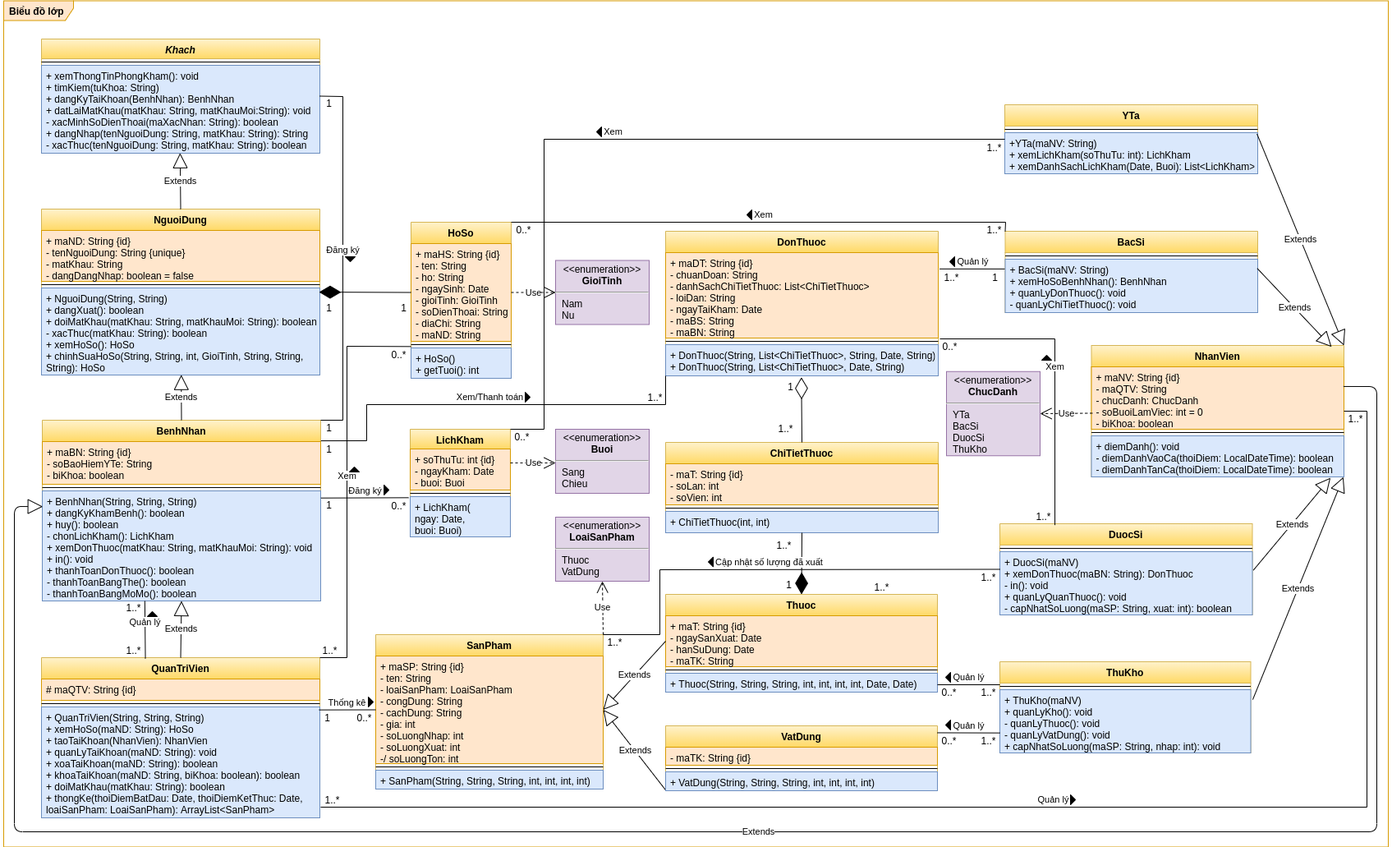
Earlier version of the draw.io export images/Class Diagram.png (luclegen/medicine16). Source tidied: cells renumbered, new cells last; positions are measured from the earlier drawing's top-left corner, leaving out a move shared by most shapes.
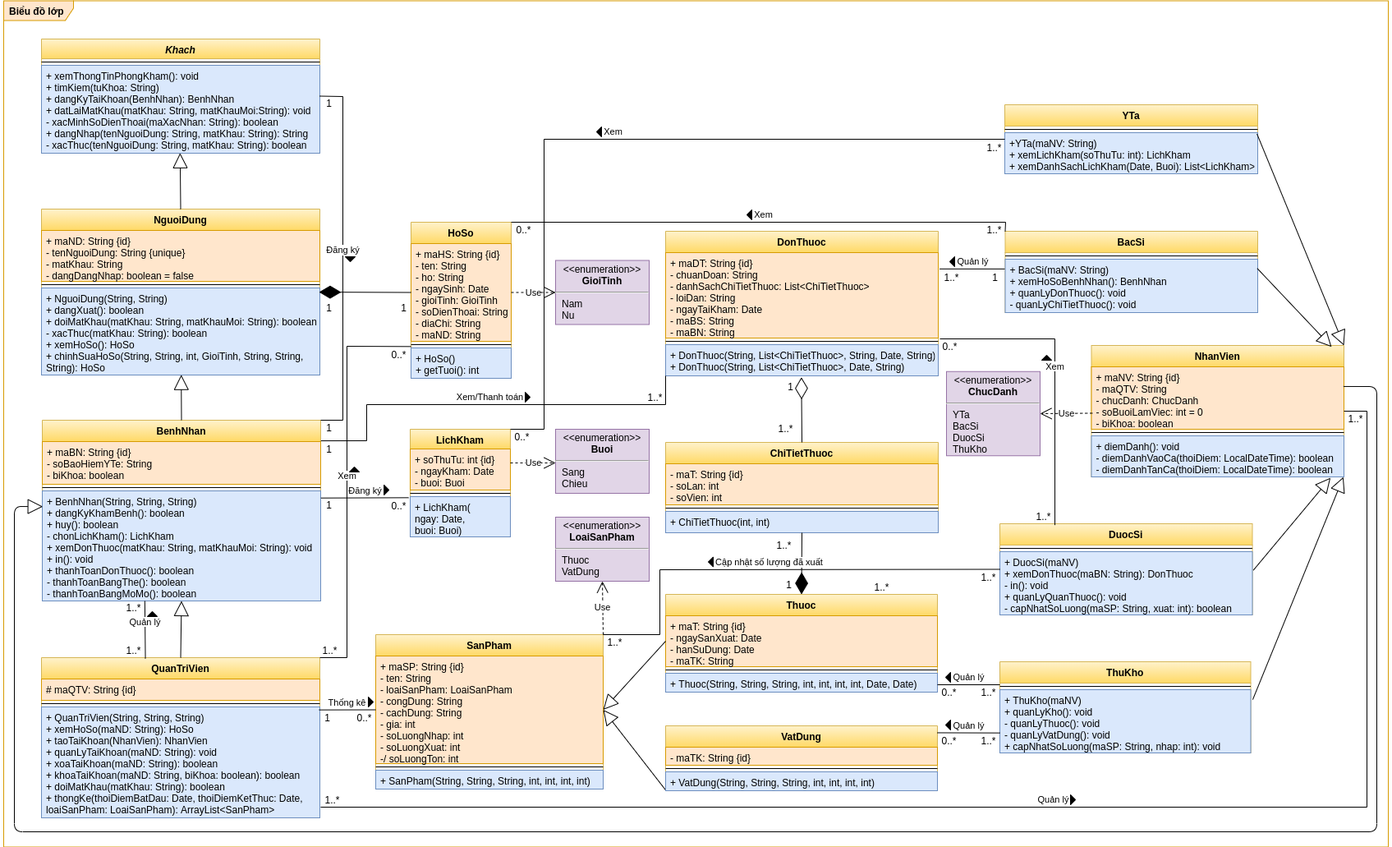
Later version of the same file.

Commit message:
Update Class Diagram

Diff of the diagram source:
```diff
@@ -53,10 +53,10 @@
     <mxCell id="18" value="&lt;p style=&quot;margin: 0px ; margin-top: 4px ; text-align: center&quot;&gt;&amp;lt;&amp;lt;enumeration&amp;gt;&amp;gt;&lt;br&gt;&lt;b&gt;GioiTinh&lt;/b&gt;&lt;/p&gt;&lt;hr&gt;&lt;p style=&quot;margin: 0px ; margin-left: 8px ; text-align: left&quot;&gt;Nam&lt;br&gt;Nu&lt;/p&gt;" style="shape=rect;html=1;overflow=fill;whiteSpace=wrap;fillColor=#e1d5e7;strokeColor=#9673a6;" parent="1" vertex="1">
       <mxGeometry x="672" y="316.5" width="114" height="78" as="geometry" />
     </mxCell>
-    <mxCell id="19" value="Extends" style="endArrow=block;endSize=16;endFill=0;html=1;exitX=0.5;exitY=0;exitDx=0;exitDy=0;entryX=0.498;entryY=0.998;entryDx=0;entryDy=0;entryPerimeter=0;" parent="1" edge="1" source="6" target="5">
+    <mxCell id="19" style="endArrow=block;endSize=16;endFill=0;html=1;exitX=0.5;exitY=0;exitDx=0;exitDy=0;entryX=0.498;entryY=0.998;entryDx=0;entryDy=0;entryPerimeter=0;" parent="1" edge="1" source="6" target="5">
       <mxGeometry relative="1" as="geometry" />
     </mxCell>
-    <mxCell id="20" value="Extends" style="endArrow=block;endSize=16;endFill=0;html=1;exitX=0.5;exitY=0;exitDx=0;exitDy=0;entryX=0.502;entryY=0.997;entryDx=0;entryDy=0;entryPerimeter=0;" parent="1" edge="1" source="14" target="9">
+    <mxCell id="20" style="endArrow=block;endSize=16;endFill=0;html=1;exitX=0.5;exitY=0;exitDx=0;exitDy=0;entryX=0.502;entryY=0.997;entryDx=0;entryDy=0;entryPerimeter=0;" parent="1" edge="1" source="14" target="9">
       <mxGeometry relative="1" as="geometry" />
     </mxCell>
     <mxCell id="21" value="LichKham" style="swimlane;fontStyle=1;align=center;verticalAlign=top;horizontal=1;startSize=24;fillColor=#fff2cc;strokeColor=#d6b656;gradientColor=#ffd966;" parent="1" vertex="1">
@@ -86,7 +86,7 @@
     <mxCell id="29" value="+ QuanTriVien(String, String, String)&#10;+ xemHoSo(maND: String): HoSo&#10;+ taoTaiKhoan(NhanVien): NhanVien&#10;+ quanLyTaiKhoan(maND: String): void&#10;+ xoaTaiKhoan(maND: String): boolean&#10;+ khoaTaiKhoan(maND: String, biKhoa: boolean): boolean&#10;+ doiMatKhau(matKhau: String): boolean&#10;+ thongKe(thoiDiemBatDau: Date, thoiDiemKetThuc: Date,&#10;loaiSanPham: LoaiSanPham): ArrayList&lt;SanPham&gt;" style="text;strokeColor=#6c8ebf;fillColor=#dae8fc;align=left;verticalAlign=top;spacingLeft=4;spacingRight=4;overflow=hidden;points=[[0,0.5],[1,0.5]];portConstraint=eastwest;fontStyle=0;" parent="26" vertex="1">
       <mxGeometry y="60" width="339" height="135" as="geometry" />
     </mxCell>
-    <mxCell id="30" value="Extends" style="endArrow=block;endSize=16;endFill=0;html=1;exitX=0.5;exitY=0;exitDx=0;exitDy=0;entryX=0.5;entryY=1;entryDx=0;entryDy=0;entryPerimeter=0;" parent="1" edge="1" source="26" target="17">
+    <mxCell id="30" style="endArrow=block;endSize=16;endFill=0;html=1;exitX=0.5;exitY=0;exitDx=0;exitDy=0;entryX=0.5;entryY=1;entryDx=0;entryDy=0;entryPerimeter=0;" parent="1" edge="1" source="26" target="17">
       <mxGeometry relative="1" as="geometry" />
     </mxCell>
     <mxCell id="31" value="YTa" style="swimlane;fontStyle=1;align=center;verticalAlign=top;horizontal=1;startSize=26;fillColor=#fff2cc;strokeColor=#d6b656;gradientColor=#ffd966;" parent="1" vertex="1">
@@ -155,10 +155,10 @@
     <mxCell id="52" value="+ diemDanh(): void&#10;- diemDanhVaoCa(thoiDiem: LocalDateTime): boolean&#10;- diemDanhTanCa(thoiDiem: LocalDateTime): boolean" style="text;strokeColor=#6c8ebf;fillColor=#dae8fc;align=left;verticalAlign=top;spacingLeft=4;spacingRight=4;overflow=hidden;points=[[0,0.5],[1,0.5]];portConstraint=eastwest;fontStyle=0;" parent="49" vertex="1">
       <mxGeometry y="110" width="307.5" height="50" as="geometry" />
     </mxCell>
-    <mxCell id="53" value="Extends" style="endArrow=block;endSize=16;endFill=0;html=1;entryX=1;entryY=0;entryDx=0;entryDy=0;exitX=0.997;exitY=0.029;exitDx=0;exitDy=0;exitPerimeter=0;" parent="1" edge="1" source="33" target="49">
+    <mxCell id="53" style="endArrow=block;endSize=16;endFill=0;html=1;entryX=1;entryY=0;entryDx=0;entryDy=0;exitX=0.997;exitY=0.029;exitDx=0;exitDy=0;exitPerimeter=0;" parent="1" edge="1" source="33" target="49">
       <mxGeometry relative="1" as="geometry" />
     </mxCell>
-    <mxCell id="54" value="Extends" style="endArrow=block;endSize=16;endFill=0;html=1;exitX=0.998;exitY=0.172;exitDx=0;exitDy=0;exitPerimeter=0;entryX=0.951;entryY=0.011;entryDx=0;entryDy=0;entryPerimeter=0;" parent="1" edge="1" source="48" target="49">
+    <mxCell id="54" style="endArrow=block;endSize=16;endFill=0;html=1;exitX=0.998;exitY=0.172;exitDx=0;exitDy=0;exitPerimeter=0;entryX=0.951;entryY=0.011;entryDx=0;entryDy=0;entryPerimeter=0;" parent="1" edge="1" source="48" target="49">
       <mxGeometry relative="1" as="geometry" />
     </mxCell>
     <mxCell id="55" value="DuocSi" style="swimlane;fontStyle=1;align=center;verticalAlign=top;horizontal=1;startSize=26;fillColor=#fff2cc;strokeColor=#d6b656;gradientColor=#ffd966;" parent="1" vertex="1">
@@ -182,10 +182,10 @@
     <mxCell id="61" value="+ SanPham(String, String, String, int, int, int, int)" style="text;strokeColor=#6c8ebf;fillColor=#dae8fc;align=left;verticalAlign=top;spacingLeft=4;spacingRight=4;overflow=hidden;fontStyle=0;" parent="58" vertex="1">
       <mxGeometry y="165" width="277" height="23" as="geometry" />
     </mxCell>
-    <mxCell id="62" value="Extends" style="endArrow=block;endSize=16;endFill=0;html=1;exitX=0.002;exitY=1.001;exitDx=0;exitDy=0;exitPerimeter=0;entryX=1;entryY=0.5;entryDx=0;entryDy=0;" parent="1" edge="1" source="75" target="59">
+    <mxCell id="62" style="endArrow=block;endSize=16;endFill=0;html=1;exitX=0.002;exitY=1.001;exitDx=0;exitDy=0;exitPerimeter=0;entryX=1;entryY=0.5;entryDx=0;entryDy=0;" parent="1" edge="1" source="75" target="59">
       <mxGeometry relative="1" as="geometry" />
     </mxCell>
-    <mxCell id="63" value="Extends" style="endArrow=block;endSize=16;endFill=0;html=1;exitX=0;exitY=0.5;exitDx=0;exitDy=0;entryX=1;entryY=0.5;entryDx=0;entryDy=0;" parent="1" edge="1" source="39" target="59">
+    <mxCell id="63" style="endArrow=block;endSize=16;endFill=0;html=1;exitX=0;exitY=0.5;exitDx=0;exitDy=0;entryX=1;entryY=0.5;entryDx=0;entryDy=0;" parent="1" edge="1" source="39" target="59">
       <mxGeometry relative="1" as="geometry" />
     </mxCell>
     <mxCell id="64" value="ThuKho" style="swimlane;fontStyle=1;align=center;verticalAlign=top;horizontal=1;startSize=26;fillColor=#fff2cc;strokeColor=#d6b656;gradientColor=#ffd966;" parent="1" vertex="1">
@@ -197,13 +197,13 @@
     <mxCell id="66" value="+ ThuKho(maNV)&#10;+ quanLyKho(): void&#10;- quanLyThuoc(): void&#10;- quanLyVatDung(): void&#10;+ capNhatSoLuong(maSP: String, nhap: int): void" style="text;strokeColor=#6c8ebf;fillColor=#dae8fc;align=left;verticalAlign=top;spacingLeft=4;spacingRight=4;overflow=hidden;points=[[0,0.5],[1,0.5]];portConstraint=eastwest;fontStyle=0;" parent="64" vertex="1">
       <mxGeometry y="34" width="305.5" height="77" as="geometry" />
     </mxCell>
-    <mxCell id="67" value="Extends" style="endArrow=block;endSize=16;endFill=0;html=1;exitX=1.004;exitY=0.293;exitDx=0;exitDy=0;exitPerimeter=0;entryX=0.947;entryY=1.021;entryDx=0;entryDy=0;entryPerimeter=0;" parent="1" edge="1" source="57" target="52">
+    <mxCell id="67" style="endArrow=block;endSize=16;endFill=0;html=1;exitX=1.004;exitY=0.293;exitDx=0;exitDy=0;exitPerimeter=0;entryX=0.947;entryY=1.021;entryDx=0;entryDy=0;entryPerimeter=0;" parent="1" edge="1" source="57" target="52">
       <mxGeometry relative="1" as="geometry" />
     </mxCell>
-    <mxCell id="68" value="Extends" style="endArrow=block;endSize=16;endFill=0;html=1;entryX=0.998;entryY=1.002;entryDx=0;entryDy=0;entryPerimeter=0;exitX=1.008;exitY=0.157;exitDx=0;exitDy=0;exitPerimeter=0;" parent="1" edge="1" source="66" target="52">
+    <mxCell id="68" style="endArrow=block;endSize=16;endFill=0;html=1;entryX=0.998;entryY=1.002;entryDx=0;entryDy=0;entryPerimeter=0;exitX=1.008;exitY=0.157;exitDx=0;exitDy=0;exitPerimeter=0;" parent="1" edge="1" source="66" target="52">
       <mxGeometry relative="1" as="geometry" />
     </mxCell>
-    <mxCell id="69" value="Extends" style="endArrow=block;endSize=16;endFill=0;html=1;entryX=0.002;entryY=0.143;entryDx=0;entryDy=0;entryPerimeter=0;exitX=0.998;exitY=0.315;exitDx=0;exitDy=0;exitPerimeter=0;" parent="1" edge="1" source="50" target="17">
+    <mxCell id="69" style="endArrow=block;endSize=16;endFill=0;html=1;entryX=0.002;entryY=0.143;entryDx=0;entryDy=0;entryPerimeter=0;exitX=0.998;exitY=0.315;exitDx=0;exitDy=0;exitPerimeter=0;" parent="1" edge="1" source="50" target="17">
       <mxGeometry relative="1" as="geometry">
         <Array as="points">
           <mxPoint x="1672" y="470" />
```
